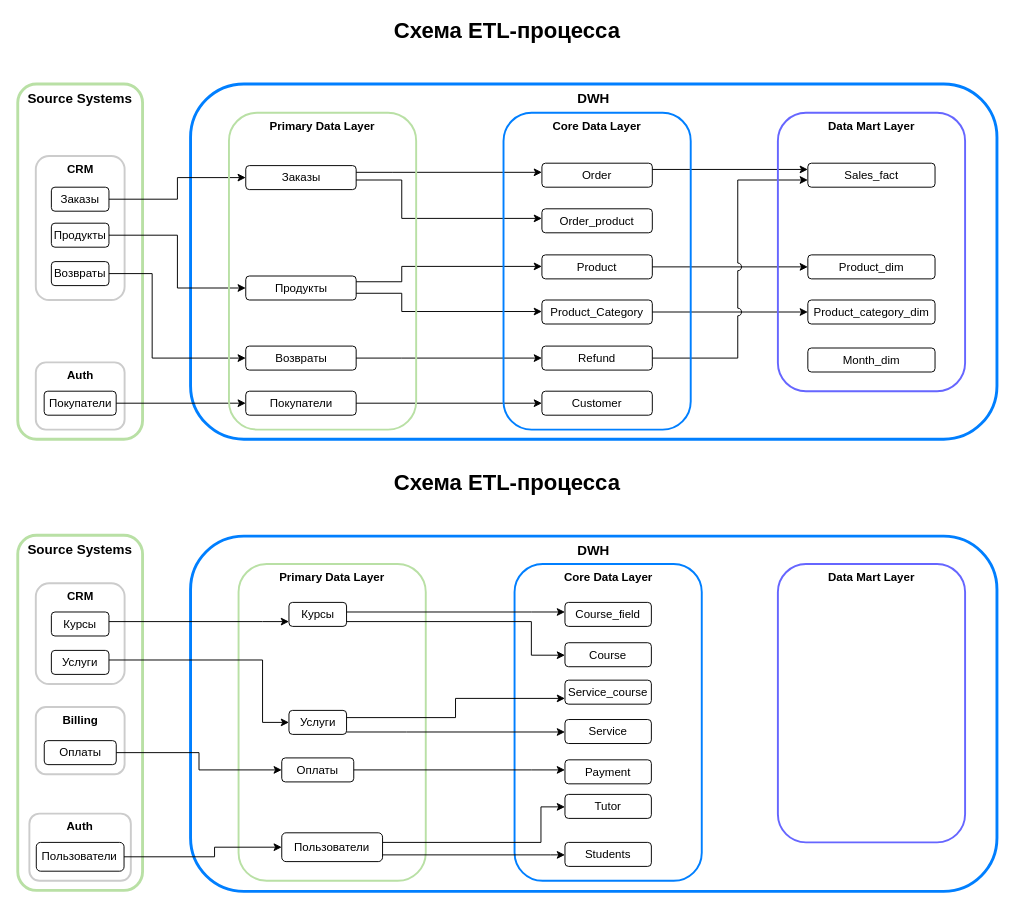
nik-gorby/PWH-18 keeps this draw.io diagram as page "ETL" (3 of 3) of PWH-18_diplom.drawio. Above is the earlier version. Source tidied: cells renumbered, new cells numbered last; positions are measured from the earlier drawing's top-left corner, leaving out a move shared by most shapes. Both pictures are drawn from the tidied source at 96%, with x=0, y=0 at pixel (17, 16).
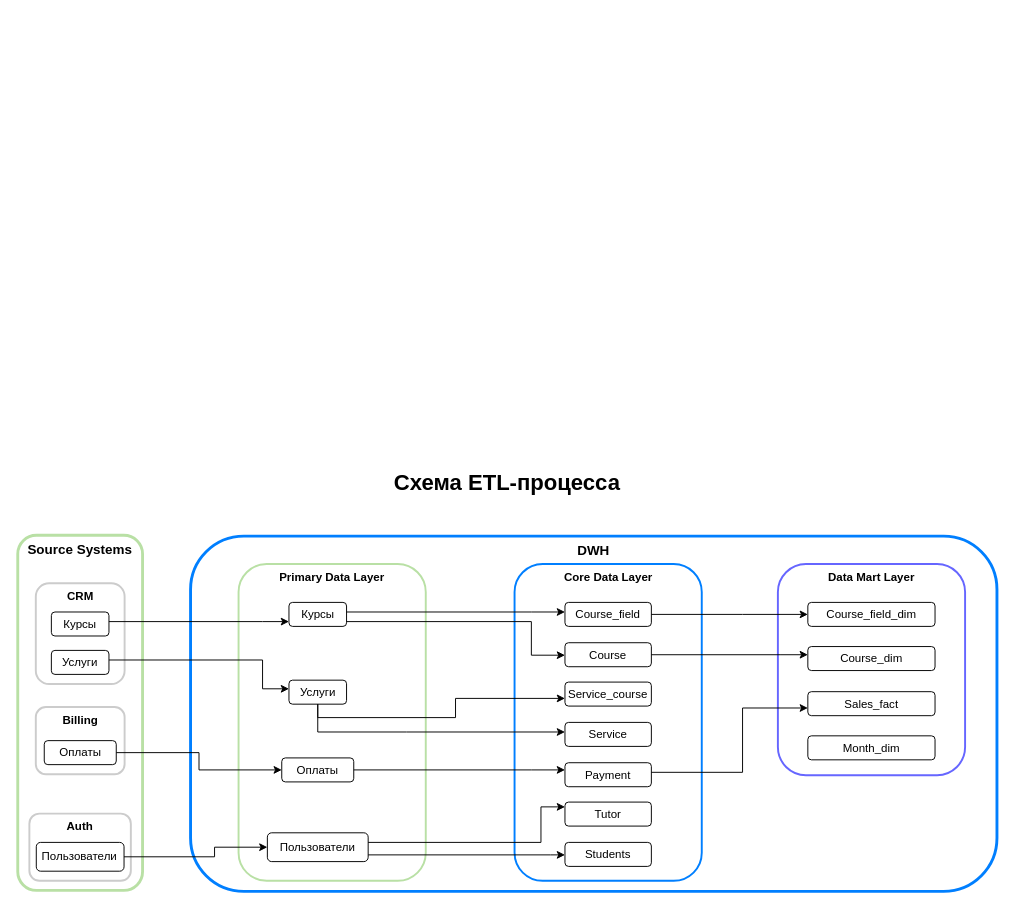
The same page after the edit.

The change refers to these unchanged cells:
```xml
<mxCell id="44" style="group;" parent="1" vertex="1">
  <mxGeometry y="470" width="1020" height="440" as="geometry" />
</mxCell>
<mxCell id="53" value="Услуги" style="rounded=1;whiteSpace=wrap;html=1;fillColor=none;" parent="51" vertex="1">
  <mxGeometry x="16.2" y="70" width="60" height="25" as="geometry" />
</mxCell>
<mxCell id="74" value="Course_field" style="rounded=1;whiteSpace=wrap;html=1;fillColor=none;" parent="44" vertex="1">
  <mxGeometry x="570" y="140" width="90" height="25" as="geometry" />
</mxCell>
<mxCell id="75" value="Course" style="rounded=1;whiteSpace=wrap;html=1;fillColor=none;" parent="44" vertex="1">
  <mxGeometry x="570" y="182" width="90" height="25" as="geometry" />
</mxCell>
```

The edit, as a diff of the source:
```diff
@@
-    <mxCell id="2" style="group;" parent="1" vertex="1">
-      <mxGeometry width="1020" height="440" as="geometry" />
-    </mxCell>
-    <mxCell id="3" value="Схема ETL-процесса" style="text;strokeColor=none;align=center;fillColor=none;html=1;verticalAlign=middle;whiteSpace=wrap;rounded=0;fontStyle=1;fontSize=23;" parent="2" vertex="1">
-      <mxGeometry x="385" width="250" height="30" as="geometry" />
-    </mxCell>
-    <mxCell id="4" style="group;" parent="2" vertex="1">
-      <mxGeometry y="70" width="1020" height="370" as="geometry" />
-    </mxCell>
-    <mxCell id="5" value="&lt;b&gt;&lt;font style=&quot;font-size: 14px;&quot;&gt;DWH&lt;/font&gt;&lt;/b&gt;" style="rounded=1;whiteSpace=wrap;html=1;verticalAlign=top;fillColor=default;strokeColor=#007FFF;strokeWidth=3;" parent="4" vertex="1">
-      <mxGeometry x="180" width="840" height="370" as="geometry" />
-    </mxCell>
-    <mxCell id="6" value="&lt;b&gt;&lt;font style=&quot;font-size: 14px;&quot;&gt;Source Systems&lt;/font&gt;&lt;/b&gt;" style="rounded=1;whiteSpace=wrap;html=1;verticalAlign=top;fillColor=default;strokeColor=#B9E0A5;strokeWidth=3;" parent="4" vertex="1">
-      <mxGeometry width="130" height="370" as="geometry" />
-    </mxCell>
-    <mxCell id="7" value="&lt;b&gt;CRM&lt;/b&gt;" style="rounded=1;whiteSpace=wrap;html=1;fillColor=none;verticalAlign=top;strokeColor=#CCCCCC;strokeWidth=2;" parent="4" vertex="1">
-      <mxGeometry x="18.8" y="75" width="92.5" height="150" as="geometry" />
-    </mxCell>
-    <mxCell id="8" style="edgeStyle=orthogonalEdgeStyle;rounded=0;jettySize=auto;html=1;" parent="4" edge="1" source="9" target="40">
-      <mxGeometry relative="1" as="geometry" />
-    </mxCell>
-    <mxCell id="9" value="Заказы" style="rounded=1;whiteSpace=wrap;html=1;fillColor=none;" parent="4" vertex="1">
-      <mxGeometry x="35" y="107.5" width="60" height="25" as="geometry" />
-    </mxCell>
-    <mxCell id="10" style="edgeStyle=orthogonalEdgeStyle;rounded=0;jettySize=auto;html=1;entryX=0;entryY=0.5;entryDx=0;entryDy=0;" parent="4" edge="1" source="11" target="41">
-      <mxGeometry relative="1" as="geometry" />
-    </mxCell>
-    <mxCell id="11" value="Продукты" style="rounded=1;whiteSpace=wrap;html=1;fillColor=none;" parent="4" vertex="1">
-      <mxGeometry x="35" y="145" width="60" height="25" as="geometry" />
-    </mxCell>
-    <mxCell id="12" value="&lt;b&gt;Auth&lt;/b&gt;" style="rounded=1;whiteSpace=wrap;html=1;fillColor=none;verticalAlign=top;strokeColor=#CCCCCC;strokeWidth=2;" parent="4" vertex="1">
-      <mxGeometry x="18.8" y="290" width="92.5" height="70" as="geometry" />
-    </mxCell>
-    <mxCell id="13" value="Покупатели" style="rounded=1;whiteSpace=wrap;html=1;fillColor=none;" parent="4" vertex="1">
-      <mxGeometry x="27.5" y="320" width="75" height="25" as="geometry" />
-    </mxCell>
-    <mxCell id="14" style="edgeStyle=orthogonalEdgeStyle;rounded=0;jettySize=auto;html=1;" parent="4" edge="1" source="40" target="28">
-      <mxGeometry relative="1" as="geometry">
-        <Array as="points">
-          <mxPoint x="390" y="92" />
-          <mxPoint x="390" y="92" />
-        </Array>
-      </mxGeometry>
-    </mxCell>
-    <mxCell id="15" style="edgeStyle=orthogonalEdgeStyle;rounded=0;jettySize=auto;html=1;" parent="4" edge="1" source="40" target="29">
-      <mxGeometry relative="1" as="geometry">
-        <Array as="points">
-          <mxPoint x="400" y="100" />
-          <mxPoint x="400" y="140" />
-        </Array>
-      </mxGeometry>
-    </mxCell>
-    <mxCell id="16" style="edgeStyle=orthogonalEdgeStyle;rounded=0;jettySize=auto;html=1;" parent="4" edge="1" source="41" target="30">
-      <mxGeometry relative="1" as="geometry">
-        <Array as="points">
-          <mxPoint x="400" y="206" />
-          <mxPoint x="400" y="190" />
-        </Array>
-      </mxGeometry>
-    </mxCell>
-    <mxCell id="17" style="edgeStyle=orthogonalEdgeStyle;rounded=0;jettySize=auto;html=1;" parent="4" edge="1" source="41" target="31">
-      <mxGeometry relative="1" as="geometry">
-        <Array as="points">
-          <mxPoint x="400" y="218" />
-          <mxPoint x="400" y="237" />
-        </Array>
-      </mxGeometry>
-    </mxCell>
-    <mxCell id="18" style="edgeStyle=orthogonalEdgeStyle;rounded=0;jettySize=auto;html=1;entryX=0;entryY=0.5;entryDx=0;entryDy=0;" parent="4" edge="1" source="42" target="32">
-      <mxGeometry relative="1" as="geometry" />
-    </mxCell>
-    <mxCell id="19" style="edgeStyle=orthogonalEdgeStyle;rounded=0;jettySize=auto;html=1;entryX=0;entryY=0.5;entryDx=0;entryDy=0;" parent="4" edge="1" source="13" target="42">
-      <mxGeometry relative="1" as="geometry" />
-    </mxCell>
-    <mxCell id="20" style="edgeStyle=orthogonalEdgeStyle;rounded=0;jettySize=auto;html=1;jumpStyle=arc;" parent="4" edge="1" source="28" target="35">
-      <mxGeometry relative="1" as="geometry">
-        <Array as="points">
-          <mxPoint x="743" y="89" />
-          <mxPoint x="743" y="89" />
-        </Array>
-      </mxGeometry>
-    </mxCell>
-    <mxCell id="21" style="edgeStyle=orthogonalEdgeStyle;rounded=0;jettySize=auto;html=1;" parent="4" edge="1" source="30" target="37">
-      <mxGeometry relative="1" as="geometry" />
-    </mxCell>
-    <mxCell id="22" style="edgeStyle=orthogonalEdgeStyle;rounded=0;jettySize=auto;html=1;entryX=0;entryY=0.5;entryDx=0;entryDy=0;" parent="4" edge="1" source="31" target="38">
-      <mxGeometry relative="1" as="geometry" />
-    </mxCell>
-    <mxCell id="23" style="edgeStyle=orthogonalEdgeStyle;rounded=0;jettySize=auto;html=1;entryX=0;entryY=0.5;entryDx=0;entryDy=0;" parent="4" edge="1" source="24" target="43">
-      <mxGeometry relative="1" as="geometry">
-        <Array as="points">
-          <mxPoint x="140" y="198" />
-          <mxPoint x="140" y="286" />
-        </Array>
-      </mxGeometry>
-    </mxCell>
-    <mxCell id="24" value="Возвраты" style="rounded=1;whiteSpace=wrap;html=1;fillColor=none;" parent="4" vertex="1">
-      <mxGeometry x="35" y="185" width="60" height="25" as="geometry" />
-    </mxCell>
-    <mxCell id="25" style="edgeStyle=orthogonalEdgeStyle;rounded=0;jettySize=auto;html=1;entryX=0;entryY=0.5;entryDx=0;entryDy=0;" parent="4" edge="1" source="43" target="33">
-      <mxGeometry relative="1" as="geometry">
-        <Array as="points">
-          <mxPoint x="400" y="285" />
-          <mxPoint x="460" y="286" />
-        </Array>
-      </mxGeometry>
-    </mxCell>
-    <mxCell id="26" style="edgeStyle=orthogonalEdgeStyle;rounded=0;jettySize=auto;html=1;jumpStyle=arc;jumpSize=8;flowAnimation=0;shadow=0;" parent="4" edge="1" source="33" target="35">
-      <mxGeometry relative="1" as="geometry">
-        <Array as="points">
-          <mxPoint x="750" y="285" />
-          <mxPoint x="750" y="100" />
-        </Array>
-      </mxGeometry>
-    </mxCell>
-    <mxCell id="27" value="&lt;b&gt;Core Data Layer&lt;/b&gt;" style="rounded=1;whiteSpace=wrap;html=1;verticalAlign=top;fillColor=none;strokeColor=#007FFF;strokeWidth=2;" parent="4" vertex="1">
-      <mxGeometry x="506" y="30" width="195" height="330" as="geometry" />
-    </mxCell>
-    <mxCell id="28" value="Order" style="rounded=1;whiteSpace=wrap;html=1;fillColor=none;" parent="4" vertex="1">
-      <mxGeometry x="546" y="82.5" width="115" height="25" as="geometry" />
-    </mxCell>
-    <mxCell id="29" value="Order_product" style="rounded=1;whiteSpace=wrap;html=1;fillColor=none;" parent="4" vertex="1">
-      <mxGeometry x="546" y="130" width="115" height="25" as="geometry" />
-    </mxCell>
-    <mxCell id="30" value="P&lt;span style=&quot;background-color: transparent; color: light-dark(rgb(0, 0, 0), rgb(255, 255, 255));&quot;&gt;roduct&lt;/span&gt;" style="rounded=1;whiteSpace=wrap;html=1;fillColor=none;" parent="4" vertex="1">
-      <mxGeometry x="546" y="178" width="115" height="25" as="geometry" />
-    </mxCell>
-    <mxCell id="31" value="P&lt;span style=&quot;background-color: transparent; color: light-dark(rgb(0, 0, 0), rgb(255, 255, 255));&quot;&gt;roduct_Category&lt;/span&gt;" style="rounded=1;whiteSpace=wrap;html=1;fillColor=none;" parent="4" vertex="1">
-      <mxGeometry x="546" y="225" width="115" height="25" as="geometry" />
-    </mxCell>
-    <mxCell id="32" value="Customer" style="rounded=1;whiteSpace=wrap;html=1;fillColor=none;" parent="4" vertex="1">
-      <mxGeometry x="546" y="320" width="115" height="25" as="geometry" />
-    </mxCell>
-    <mxCell id="33" value="Refund" style="rounded=1;whiteSpace=wrap;html=1;fillColor=none;" parent="4" vertex="1">
-      <mxGeometry x="546" y="273" width="115" height="25" as="geometry" />
-    </mxCell>
-    <mxCell id="34" value="&lt;b&gt;Data Mart Layer&lt;/b&gt;" style="rounded=1;whiteSpace=wrap;html=1;verticalAlign=top;fillColor=none;strokeColor=#6666FF;strokeWidth=2;" parent="4" vertex="1">
-      <mxGeometry x="791.8" y="30" width="195" height="290" as="geometry" />
-    </mxCell>
-    <mxCell id="35" value="Sales_fact" style="rounded=1;whiteSpace=wrap;html=1;fillColor=none;" parent="4" vertex="1">
-      <mxGeometry x="823" y="82.5" width="132.5" height="25" as="geometry" />
-    </mxCell>
-    <mxCell id="36" value="Month_dim" style="rounded=1;whiteSpace=wrap;html=1;fillColor=none;" parent="4" vertex="1">
-      <mxGeometry x="823" y="275" width="132.5" height="25" as="geometry" />
-    </mxCell>
-    <mxCell id="37" value="Product_dim" style="rounded=1;whiteSpace=wrap;html=1;fillColor=none;" parent="4" vertex="1">
-      <mxGeometry x="823" y="178" width="132.5" height="25" as="geometry" />
-    </mxCell>
-    <mxCell id="38" value="Product_category_dim" style="rounded=1;whiteSpace=wrap;html=1;fillColor=none;" parent="4" vertex="1">
-      <mxGeometry x="823" y="225" width="132.5" height="25" as="geometry" />
-    </mxCell>
-    <mxCell id="39" value="&lt;b&gt;Primary Data Layer&lt;/b&gt;" style="rounded=1;whiteSpace=wrap;html=1;verticalAlign=top;fillColor=none;strokeColor=#B9E0A5;strokeWidth=2;" parent="4" vertex="1">
-      <mxGeometry x="220" y="30" width="195" height="330" as="geometry" />
-    </mxCell>
-    <mxCell id="40" value="Заказы" style="rounded=1;whiteSpace=wrap;html=1;fillColor=none;" parent="4" vertex="1">
-      <mxGeometry x="237.5" y="85" width="115" height="25" as="geometry" />
-    </mxCell>
-    <mxCell id="41" value="Продукты" style="rounded=1;whiteSpace=wrap;html=1;fillColor=none;" parent="4" vertex="1">
-      <mxGeometry x="237.5" y="200" width="115" height="25" as="geometry" />
-    </mxCell>
-    <mxCell id="42" value="Покупатели" style="rounded=1;whiteSpace=wrap;html=1;fillColor=none;" parent="4" vertex="1">
-      <mxGeometry x="237.5" y="320" width="115" height="25" as="geometry" />
-    </mxCell>
-    <mxCell id="43" value="Возвраты" style="rounded=1;whiteSpace=wrap;html=1;fillColor=none;" parent="4" vertex="1">
-      <mxGeometry x="237.5" y="273" width="115" height="25" as="geometry" />
-    </mxCell>
@@
     <mxCell id="49" value="&lt;b&gt;Data Mart Layer&lt;/b&gt;" style="rounded=1;whiteSpace=wrap;html=1;verticalAlign=top;fillColor=none;strokeColor=#6666FF;strokeWidth=2;" parent="44" vertex="1">
-      <mxGeometry x="791.8" y="100" width="195" height="290" as="geometry" />
+      <mxGeometry x="791.8" y="100" width="195" height="220" as="geometry" />
     </mxCell>
@@
     <mxCell id="61" value="Пользователи" style="rounded=1;whiteSpace=wrap;html=1;fillColor=none;" parent="44" vertex="1">
-      <mxGeometry x="275" y="380" width="105" height="30" as="geometry" />
+      <mxGeometry x="260" y="380" width="105" height="30" as="geometry" />
     </mxCell>
@@
     <mxCell id="70" value="Услуги" style="rounded=1;whiteSpace=wrap;html=1;fillColor=none;" parent="44" vertex="1">
-      <mxGeometry x="282.5" y="252.5" width="60" height="25" as="geometry" />
+      <mxGeometry x="282.5" y="221" width="60" height="25" as="geometry" />
     </mxCell>
@@
     <mxCell id="73" style="edgeStyle=orthogonalEdgeStyle;rounded=0;jettySize=auto;html=1;" parent="44" edge="1" source="53" target="70">
       <mxGeometry relative="1" as="geometry">
         <Array as="points">
           <mxPoint x="255" y="200" />
-          <mxPoint x="255" y="265" />
+          <mxPoint x="255" y="230" />
         </Array>
       </mxGeometry>
     </mxCell>
+    <mxCell id="83" style="edgeStyle=orthogonalEdgeStyle;rounded=0;jettySize=auto;html=1;" parent="44" edge="1" source="74" target="87">
+      <mxGeometry relative="1" as="geometry">
+        <Array as="points">
+          <mxPoint x="755" y="153" />
+          <mxPoint x="755" y="153" />
+        </Array>
+      </mxGeometry>
+    </mxCell>
@@
+    <mxCell id="84" style="edgeStyle=orthogonalEdgeStyle;rounded=0;jettySize=auto;html=1;" parent="44" edge="1" source="75" target="86">
+      <mxGeometry relative="1" as="geometry">
+        <Array as="points">
+          <mxPoint x="795" y="195" />
+          <mxPoint x="795" y="195" />
+        </Array>
+      </mxGeometry>
+    </mxCell>
@@
     <mxCell id="76" value="Service_course" style="rounded=1;whiteSpace=wrap;html=1;fillColor=none;" parent="44" vertex="1">
-      <mxGeometry x="570" y="221" width="90" height="25" as="geometry" />
+      <mxGeometry x="570" y="223" width="90" height="25" as="geometry" />
     </mxCell>
     <mxCell id="77" value="Service" style="rounded=1;whiteSpace=wrap;html=1;fillColor=none;" parent="44" vertex="1">
-      <mxGeometry x="570" y="262" width="90" height="25" as="geometry" />
+      <mxGeometry x="570" y="265" width="90" height="25" as="geometry" />
     </mxCell>
+    <mxCell id="85" style="edgeStyle=orthogonalEdgeStyle;rounded=0;jettySize=auto;html=1;" parent="44" edge="1" source="78" target="35">
+      <mxGeometry relative="1" as="geometry">
+        <Array as="points">
+          <mxPoint x="755" y="317" />
+          <mxPoint x="755" y="250" />
+        </Array>
+      </mxGeometry>
+    </mxCell>
     <mxCell id="78" value="Payment" style="rounded=1;whiteSpace=wrap;html=1;fillColor=none;" parent="44" vertex="1">
-      <mxGeometry x="570" y="304" width="90" height="25" as="geometry" />
+      <mxGeometry x="570" y="307" width="90" height="25" as="geometry" />
     </mxCell>
     <mxCell id="79" value="Tutor" style="rounded=1;whiteSpace=wrap;html=1;fillColor=none;" parent="44" vertex="1">
-      <mxGeometry x="570" y="340" width="90" height="25" as="geometry" />
+      <mxGeometry x="570" y="348" width="90" height="25" as="geometry" />
     </mxCell>
@@
+    <mxCell id="35" value="Sales_fact" style="rounded=1;whiteSpace=wrap;html=1;fillColor=none;" parent="44" vertex="1">
+      <mxGeometry x="823" y="233" width="132.5" height="25" as="geometry" />
+    </mxCell>
+    <mxCell id="36" value="Month_dim" style="rounded=1;whiteSpace=wrap;html=1;fillColor=none;" parent="44" vertex="1">
+      <mxGeometry x="823" y="279" width="132.5" height="25" as="geometry" />
+    </mxCell>
+    <mxCell id="86" value="Course_dim" style="rounded=1;whiteSpace=wrap;html=1;fillColor=none;" parent="44" vertex="1">
+      <mxGeometry x="823" y="186" width="132.5" height="25" as="geometry" />
+    </mxCell>
+    <mxCell id="87" value="Course_field_dim" style="rounded=1;whiteSpace=wrap;html=1;fillColor=none;" parent="44" vertex="1">
+      <mxGeometry x="823" y="140" width="132.5" height="25" as="geometry" />
+    </mxCell>
```
